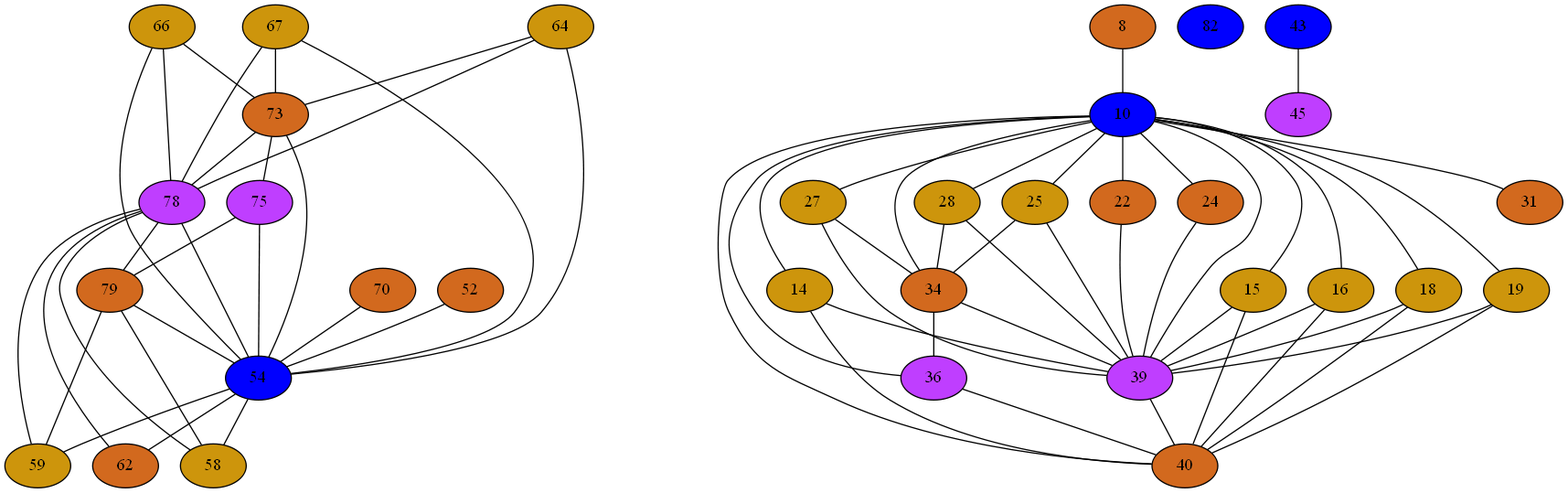
Above: Compiler/15iGraph.png in mbajaj92/Project-Astoria (Graphviz), before the change. Its source is kept beside it as Compiler/15iGraph.dot. Its diagram source:
```dot
strict graph {
64[label="64" style=filled fillcolor="darkgoldenrod3"];
64 -- 54
64 -- 73
64 -- 78
66[label="66" style=filled fillcolor="darkgoldenrod3"];
66 -- 54
66 -- 73
66 -- 78
67[label="67" style=filled fillcolor="darkgoldenrod3"];
67 -- 54
67 -- 73
67 -- 78
70[label="70" style=filled fillcolor="chocolate"];
70 -- 54
8[label="8" style=filled fillcolor="chocolate"];
8 -- 10
73[label="73" style=filled fillcolor="chocolate"];
73 -- 64
73 -- 66
73 -- 67
73 -- 54
73 -- 75
73 -- 78
10[label="10" style=filled fillcolor="blue1"];
10 -- 34
10 -- 36
10 -- 39
10 -- 40
10 -- 8
10 -- 14
10 -- 15
10 -- 16
10 -- 18
10 -- 19
10 -- 22
10 -- 24
10 -- 25
10 -- 27
10 -- 28
10 -- 31
75[label="75" style=filled fillcolor="darkorchid1"];
75 -- 54
75 -- 73
75 -- 79
14[label="14" style=filled fillcolor="darkgoldenrod3"];
14 -- 39
14 -- 40
14 -- 10
78[label="78" style=filled fillcolor="darkorchid1"];
78 -- 64
78 -- 66
78 -- 67
78 -- 54
78 -- 73
78 -- 58
78 -- 59
78 -- 62
78 -- 79
15[label="15" style=filled fillcolor="darkgoldenrod3"];
15 -- 39
15 -- 40
15 -- 10
79[label="79" style=filled fillcolor="chocolate"];
79 -- 54
79 -- 58
79 -- 59
79 -- 75
79 -- 78
16[label="16" style=filled fillcolor="darkgoldenrod3"];
16 -- 39
16 -- 40
16 -- 10
18[label="18" style=filled fillcolor="darkgoldenrod3"];
18 -- 39
18 -- 40
18 -- 10
82[label="82" style=filled fillcolor="blue1"];
19[label="19" style=filled fillcolor="darkgoldenrod3"];
19 -- 39
19 -- 40
19 -- 10
22[label="22" style=filled fillcolor="chocolate"];
22 -- 39
22 -- 10
24[label="24" style=filled fillcolor="chocolate"];
24 -- 39
24 -- 10
25[label="25" style=filled fillcolor="darkgoldenrod3"];
25 -- 34
25 -- 39
25 -- 10
27[label="27" style=filled fillcolor="darkgoldenrod3"];
27 -- 34
27 -- 39
27 -- 10
28[label="28" style=filled fillcolor="darkgoldenrod3"];
28 -- 34
28 -- 39
28 -- 10
31[label="31" style=filled fillcolor="chocolate"];
31 -- 10
34[label="34" style=filled fillcolor="chocolate"];
34 -- 36
34 -- 39
34 -- 25
34 -- 10
34 -- 27
34 -- 28
36[label="36" style=filled fillcolor="darkorchid1"];
36 -- 34
36 -- 40
36 -- 10
39[label="39" style=filled fillcolor="darkorchid1"];
39 -- 34
39 -- 40
39 -- 10
39 -- 14
39 -- 15
39 -- 16
39 -- 18
39 -- 19
39 -- 22
39 -- 24
39 -- 25
39 -- 27
39 -- 28
40[label="40" style=filled fillcolor="chocolate"];
40 -- 16
40 -- 18
40 -- 19
40 -- 36
40 -- 39
40 -- 10
40 -- 14
40 -- 15
43[label="43" style=filled fillcolor="blue1"];
43 -- 45
45[label="45" style=filled fillcolor="darkorchid1"];
45 -- 43
52[label="52" style=filled fillcolor="chocolate"];
52 -- 54
54[label="54" style=filled fillcolor="blue1"];
54 -- 64
54 -- 66
54 -- 67
54 -- 52
54 -- 70
54 -- 73
54 -- 58
54 -- 75
54 -- 59
54 -- 78
54 -- 62
54 -- 79
58[label="58" style=filled fillcolor="darkgoldenrod3"];
58 -- 54
58 -- 78
58 -- 79
59[label="59" style=filled fillcolor="darkgoldenrod3"];
59 -- 54
59 -- 78
59 -- 79
62[label="62" style=filled fillcolor="chocolate"];
62 -- 54
62 -- 78
}
```
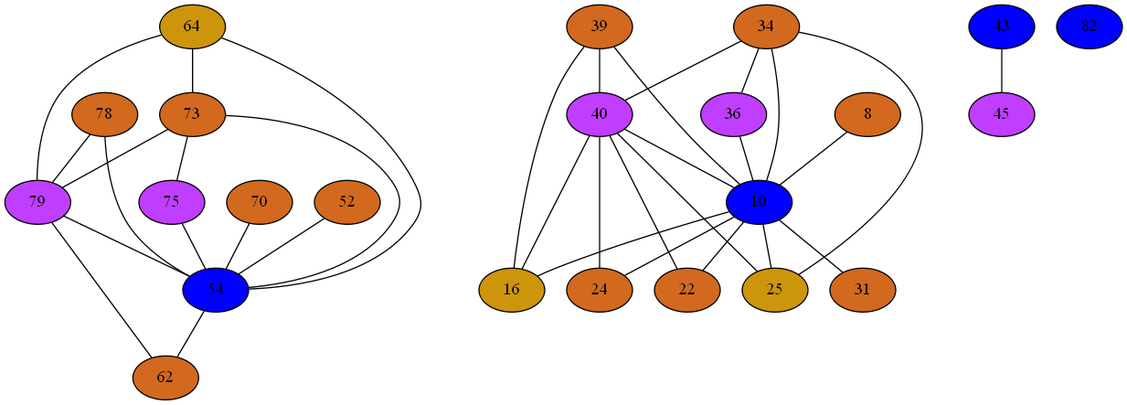
Above is the later version.

The edit, as a diff of the source:
```diff
@@ -2,166 +2,92 @@
 64[label="64" style=filled fillcolor="darkgoldenrod3"];
 64 -- 54
 64 -- 73
-64 -- 78
-66[label="66" style=filled fillcolor="darkgoldenrod3"];
-66 -- 54
-66 -- 73
-66 -- 78
-67[label="67" style=filled fillcolor="darkgoldenrod3"];
-67 -- 54
-67 -- 73
-67 -- 78
+64 -- 79
+34[label="34" style=filled fillcolor="chocolate"];
+34 -- 36
+34 -- 40
+34 -- 25
+34 -- 10
+36[label="36" style=filled fillcolor="darkorchid1"];
+36 -- 34
+36 -- 10
 70[label="70" style=filled fillcolor="chocolate"];
 70 -- 54
+39[label="39" style=filled fillcolor="chocolate"];
+39 -- 16
+39 -- 40
+39 -- 10
+40[label="40" style=filled fillcolor="darkorchid1"];
+40 -- 16
+40 -- 34
+40 -- 22
+40 -- 39
+40 -- 24
+40 -- 25
+40 -- 10
 8[label="8" style=filled fillcolor="chocolate"];
 8 -- 10
 73[label="73" style=filled fillcolor="chocolate"];
 73 -- 64
-73 -- 66
-73 -- 67
 73 -- 54
 73 -- 75
-73 -- 78
+73 -- 79
 10[label="10" style=filled fillcolor="blue1"];
+10 -- 16
 10 -- 34
 10 -- 36
+10 -- 22
 10 -- 39
 10 -- 40
+10 -- 24
 10 -- 8
-10 -- 14
-10 -- 15
-10 -- 16
-10 -- 18
-10 -- 19
-10 -- 22
-10 -- 24
 10 -- 25
-10 -- 27
-10 -- 28
 10 -- 31
+43[label="43" style=filled fillcolor="blue1"];
+43 -- 45
 75[label="75" style=filled fillcolor="darkorchid1"];
 75 -- 54
 75 -- 73
-75 -- 79
-14[label="14" style=filled fillcolor="darkgoldenrod3"];
-14 -- 39
-14 -- 40
-14 -- 10
-78[label="78" style=filled fillcolor="darkorchid1"];
-78 -- 64
-78 -- 66
-78 -- 67
+45[label="45" style=filled fillcolor="darkorchid1"];
+45 -- 43
+78[label="78" style=filled fillcolor="chocolate"];
 78 -- 54
-78 -- 73
-78 -- 58
-78 -- 59
-78 -- 62
 78 -- 79
-15[label="15" style=filled fillcolor="darkgoldenrod3"];
-15 -- 39
-15 -- 40
-15 -- 10
-79[label="79" style=filled fillcolor="chocolate"];
+79[label="79" style=filled fillcolor="darkorchid1"];
+79 -- 64
 79 -- 54
-79 -- 58
-79 -- 59
-79 -- 75
+79 -- 73
 79 -- 78
+79 -- 62
 16[label="16" style=filled fillcolor="darkgoldenrod3"];
 16 -- 39
 16 -- 40
 16 -- 10
-18[label="18" style=filled fillcolor="darkgoldenrod3"];
-18 -- 39
-18 -- 40
-18 -- 10
 82[label="82" style=filled fillcolor="blue1"];
-19[label="19" style=filled fillcolor="darkgoldenrod3"];
-19 -- 39
-19 -- 40
-19 -- 10
+52[label="52" style=filled fillcolor="chocolate"];
+52 -- 54
 22[label="22" style=filled fillcolor="chocolate"];
-22 -- 39
+22 -- 40
 22 -- 10
+54[label="54" style=filled fillcolor="blue1"];
+54 -- 64
+54 -- 52
+54 -- 70
+54 -- 73
+54 -- 75
+54 -- 78
+54 -- 62
+54 -- 79
 24[label="24" style=filled fillcolor="chocolate"];
-24 -- 39
+24 -- 40
 24 -- 10
 25[label="25" style=filled fillcolor="darkgoldenrod3"];
 25 -- 34
-25 -- 39
+25 -- 40
 25 -- 10
-27[label="27" style=filled fillcolor="darkgoldenrod3"];
-27 -- 34
-27 -- 39
-27 -- 10
-28[label="28" style=filled fillcolor="darkgoldenrod3"];
-28 -- 34
-28 -- 39
-28 -- 10
+62[label="62" style=filled fillcolor="chocolate"];
+62 -- 54
+62 -- 79
 31[label="31" style=filled fillcolor="chocolate"];
 31 -- 10
-34[label="34" style=filled fillcolor="chocolate"];
-34 -- 36
-34 -- 39
-34 -- 25
-34 -- 10
-34 -- 27
-34 -- 28
-36[label="36" style=filled fillcolor="darkorchid1"];
-36 -- 34
-36 -- 40
-36 -- 10
-39[label="39" style=filled fillcolor="darkorchid1"];
-39 -- 34
-39 -- 40
-39 -- 10
-39 -- 14
-39 -- 15
-39 -- 16
-39 -- 18
-39 -- 19
-39 -- 22
-39 -- 24
-39 -- 25
-39 -- 27
-39 -- 28
-40[label="40" style=filled fillcolor="chocolate"];
-40 -- 16
-40 -- 18
-40 -- 19
-40 -- 36
-40 -- 39
-40 -- 10
-40 -- 14
-40 -- 15
-43[label="43" style=filled fillcolor="blue1"];
-43 -- 45
-45[label="45" style=filled fillcolor="darkorchid1"];
-45 -- 43
-52[label="52" style=filled fillcolor="chocolate"];
-52 -- 54
-54[label="54" style=filled fillcolor="blue1"];
-54 -- 64
-54 -- 66
-54 -- 67
-54 -- 52
-54 -- 70
-54 -- 73
-54 -- 58
-54 -- 75
-54 -- 59
-54 -- 78
-54 -- 62
-54 -- 79
-58[label="58" style=filled fillcolor="darkgoldenrod3"];
-58 -- 54
-58 -- 78
-58 -- 79
-59[label="59" style=filled fillcolor="darkgoldenrod3"];
-59 -- 54
-59 -- 78
-59 -- 79
-62[label="62" style=filled fillcolor="chocolate"];
-62 -- 54
-62 -- 78
 }
```
